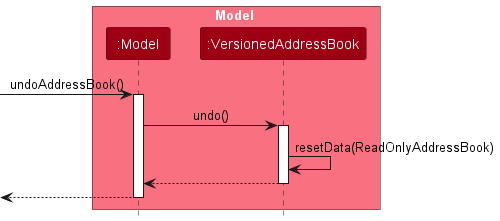
Before: docs/images/UndoSequenceDiagram-Model.png, a diagram exported from PlantUML (nus-cs2103-AY2324S2/tp). Source of this version:
```plantuml
@startuml
!include style.puml
skinparam ArrowFontStyle plain

box Model MODEL_COLOR_T1
participant ":Model" as Model MODEL_COLOR
participant ":VersionedAddressBook" as VersionedAddressBook MODEL_COLOR
end box

[-> Model : undoAddressBook()
activate Model

Model -> VersionedAddressBook : undo()
activate VersionedAddressBook

VersionedAddressBook -> VersionedAddressBook :resetData(ReadOnlyAddressBook)
VersionedAddressBook --> Model :
deactivate VersionedAddressBook

[<-- Model
deactivate Model

@enduml
```
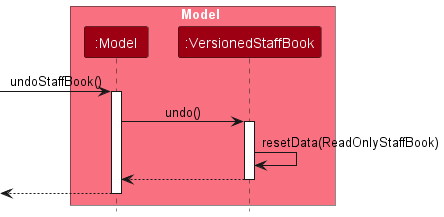
Above is the later version.

Commit message:
Update the pics generated by puml files

The edit, as a diff of the source:
```diff
@@ -4,18 +4,18 @@
 
 box Model MODEL_COLOR_T1
 participant ":Model" as Model MODEL_COLOR
-participant ":VersionedAddressBook" as VersionedAddressBook MODEL_COLOR
+participant ":VersionedStaffBook" as VersionedStaffBook MODEL_COLOR
 end box
 
-[-> Model : undoAddressBook()
+[-> Model : undoStaffBook()
 activate Model
 
-Model -> VersionedAddressBook : undo()
-activate VersionedAddressBook
+Model -> VersionedStaffBook : undo()
+activate VersionedStaffBook
 
-VersionedAddressBook -> VersionedAddressBook :resetData(ReadOnlyAddressBook)
-VersionedAddressBook --> Model :
-deactivate VersionedAddressBook
+VersionedStaffBook -> VersionedStaffBook :resetData(ReadOnlyStaffBook)
+VersionedStaffBook --> Model :
+deactivate VersionedStaffBook
 
 [<-- Model
 deactivate Model
```
